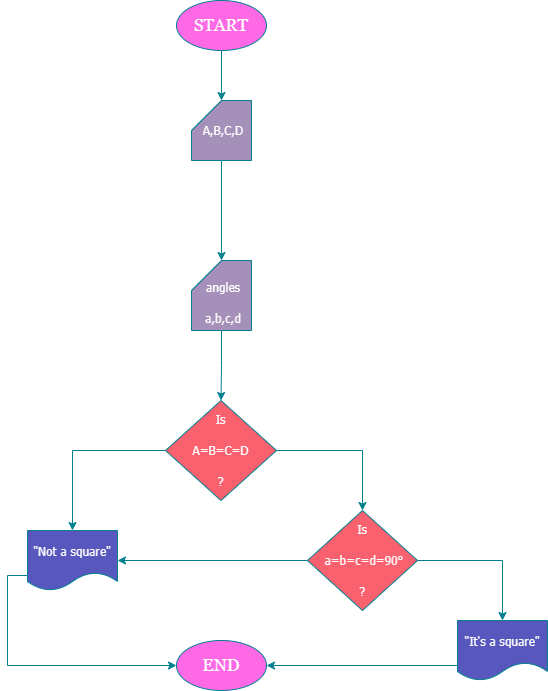
Before: homeworksquare.png, a diagram exported from draw.io (SudeNazDilbaz/homework). Source tidied: cells renumbered, new cells last; positions are measured from the earlier drawing's top-left corner, leaving out a move shared by most shapes.
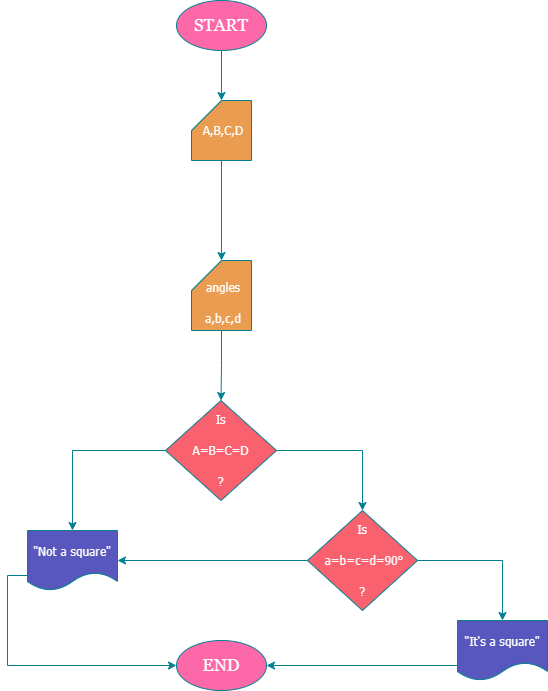
The same diagram one commit later.

Diff of the diagram source:
```diff
@@ -2,13 +2,13 @@
   <root>
     <mxCell id="0" />
     <mxCell id="1" parent="0" />
-    <mxCell id="2" value="&lt;font face=&quot;Georgia&quot; style=&quot;font-size: 17px;&quot; color=&quot;#ffffff&quot;&gt;START&lt;/font&gt;" style="ellipse;whiteSpace=wrap;html=1;fillColor=#FF69E6;labelBackgroundColor=none;strokeColor=#028090;fontColor=#E4FDE1;" parent="1" vertex="1">
+    <mxCell id="2" value="&lt;font face=&quot;Georgia&quot; style=&quot;font-size: 17px;&quot; color=&quot;#ffffff&quot;&gt;START&lt;/font&gt;" style="ellipse;whiteSpace=wrap;html=1;fillColor=#FC68A8;labelBackgroundColor=none;strokeColor=#028090;fontColor=#E4FDE1;" parent="1" vertex="1">
       <mxGeometry x="149" width="90" height="50" as="geometry" />
     </mxCell>
     <mxCell id="3" style="edgeStyle=orthogonalEdgeStyle;rounded=0;jettySize=auto;html=1;exitX=0.5;exitY=1;exitDx=0;exitDy=0;exitPerimeter=0;strokeColor=#028090;fontColor=#E4FDE1;fillColor=#F45B69;" parent="1" edge="1" source="4" target="8">
       <mxGeometry relative="1" as="geometry" />
     </mxCell>
-    <mxCell id="4" value="&lt;font color=&quot;#ffffff&quot;&gt;&lt;font face=&quot;Tahoma&quot;&gt;&amp;nbsp;A,B,C,D&lt;/font&gt;&lt;br&gt;&lt;/font&gt;" style="shape=card;whiteSpace=wrap;html=1;strokeColor=#028090;fontColor=#E4FDE1;fillColor=#a590ba;" parent="1" vertex="1">
+    <mxCell id="4" value="&lt;font color=&quot;#ffffff&quot;&gt;&lt;font face=&quot;Tahoma&quot;&gt;&amp;nbsp;A,B,C,D&lt;/font&gt;&lt;br&gt;&lt;/font&gt;" style="shape=card;whiteSpace=wrap;html=1;strokeColor=#028090;fontColor=#E4FDE1;fillColor=#EA9D51;" parent="1" vertex="1">
       <mxGeometry x="164" y="100" width="60" height="60" as="geometry" />
     </mxCell>
     <mxCell id="5" style="edgeStyle=orthogonalEdgeStyle;rounded=0;orthogonalLoop=1;jettySize=auto;html=1;exitX=0.5;exitY=1;exitDx=0;exitDy=0;strokeColor=#028090;fontColor=#E4FDE1;fillColor=#F45B69;" parent="1" edge="1" source="2" target="2">
@@ -20,7 +20,7 @@
     <mxCell id="7" style="edgeStyle=orthogonalEdgeStyle;rounded=0;jettySize=auto;html=1;exitX=0.5;exitY=1;exitDx=0;exitDy=0;exitPerimeter=0;strokeColor=#028090;fontColor=#E4FDE1;fillColor=#F45B69;" parent="1" edge="1" source="8" target="11">
       <mxGeometry relative="1" as="geometry" />
     </mxCell>
-    <mxCell id="8" value="&lt;font face=&quot;Tahoma&quot; color=&quot;#ffffff&quot;&gt;&lt;br&gt;&amp;nbsp;angles&lt;br&gt;&lt;br&gt;&amp;nbsp;a,b,c,d&lt;/font&gt;" style="shape=card;whiteSpace=wrap;html=1;strokeColor=#028090;fontColor=#E4FDE1;fillColor=#a590ba;" parent="1" vertex="1">
+    <mxCell id="8" value="&lt;font face=&quot;Tahoma&quot; color=&quot;#ffffff&quot;&gt;&lt;br&gt;&amp;nbsp;angles&lt;br&gt;&lt;br&gt;&amp;nbsp;a,b,c,d&lt;/font&gt;" style="shape=card;whiteSpace=wrap;html=1;strokeColor=#028090;fontColor=#E4FDE1;fillColor=#ea9d51;" parent="1" vertex="1">
       <mxGeometry x="164" y="260" width="60" height="70" as="geometry" />
     </mxCell>
     <mxCell id="9" style="edgeStyle=orthogonalEdgeStyle;rounded=0;jettySize=auto;html=1;exitX=1;exitY=0.5;exitDx=0;exitDy=0;strokeColor=#028090;fontColor=#E4FDE1;fillColor=#F45B69;" parent="1" edge="1" source="11" target="14">
@@ -53,7 +53,7 @@
     <mxCell id="18" value="&lt;font face=&quot;Tahoma&quot; color=&quot;#ffffff&quot;&gt;&quot;It's a square&quot;&lt;/font&gt;" style="shape=document;whiteSpace=wrap;html=1;boundedLbl=1;strokeColor=#028090;fontColor=#E4FDE1;fillColor=#5757bd;" parent="1" vertex="1">
       <mxGeometry x="430" y="620" width="90" height="60" as="geometry" />
     </mxCell>
-    <mxCell id="19" value="&lt;font face=&quot;Georgia&quot; style=&quot;font-size: 17px;&quot; color=&quot;#ffffff&quot;&gt;END&lt;/font&gt;" style="ellipse;whiteSpace=wrap;html=1;fillColor=#FF69E6;labelBackgroundColor=none;strokeColor=#028090;fontColor=#E4FDE1;" parent="1" vertex="1">
+    <mxCell id="19" value="&lt;font face=&quot;Georgia&quot; style=&quot;font-size: 17px;&quot; color=&quot;#ffffff&quot;&gt;END&lt;/font&gt;" style="ellipse;whiteSpace=wrap;html=1;fillColor=#FC68A8;labelBackgroundColor=none;strokeColor=#028090;fontColor=#E4FDE1;" parent="1" vertex="1">
       <mxGeometry x="149" y="640" width="90" height="50" as="geometry" />
     </mxCell>
   </root>
```
